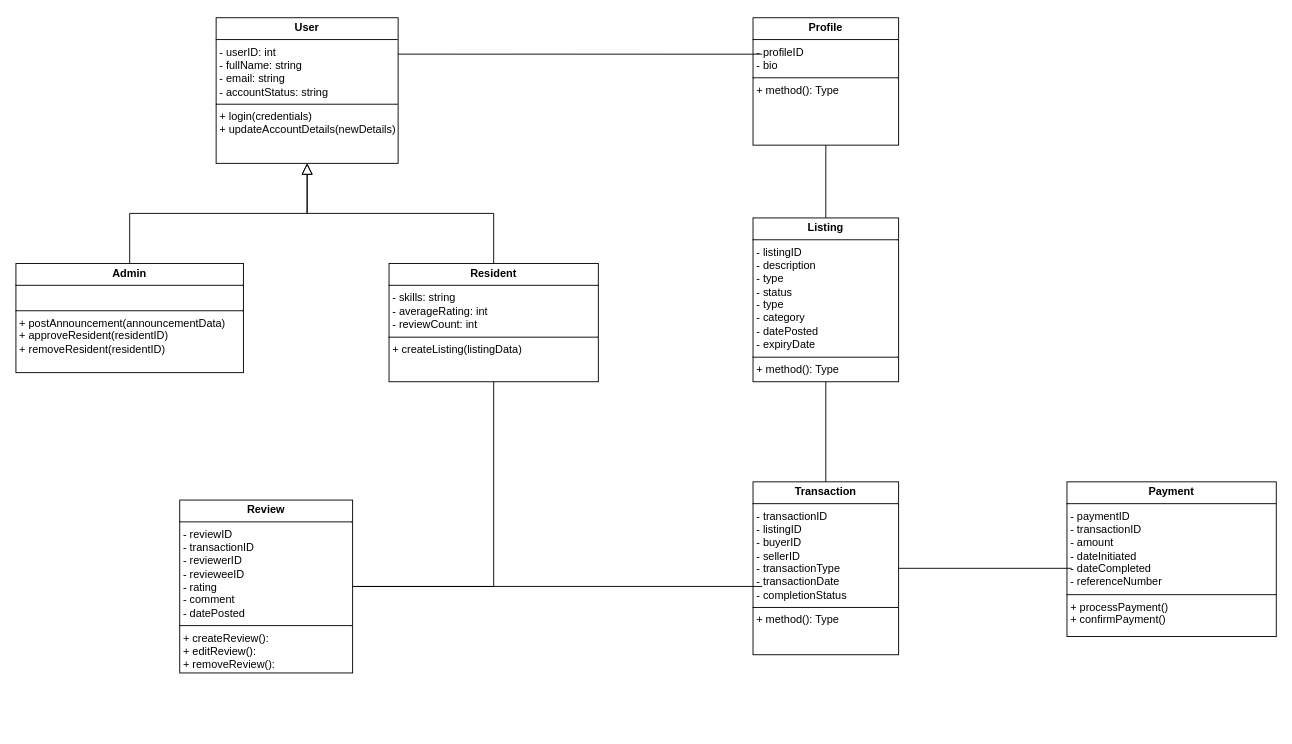
Above: Untitled Diagram.drawio in Simamkele-James/pygame-learning-hub (draw.io), before the change. Source tidied: cells renumbered, new cells numbered last; positions are measured from the earlier drawing's top-left corner, leaving out a move shared by most shapes. Both pictures are drawn from the tidied source at 91%, with x=0, y=0 at pixel (15, 17).
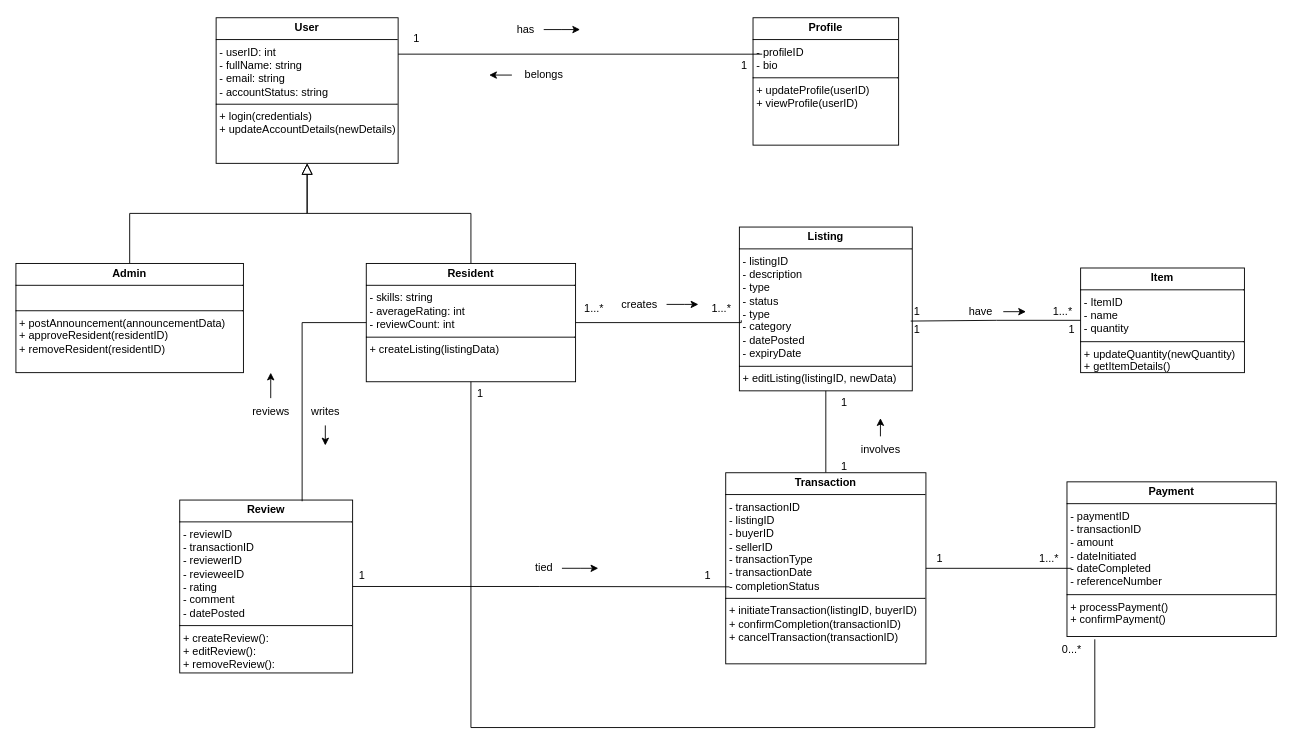
The same diagram, later.

The change refers to these unchanged cells:
```xml
<mxCell id="13" value="&lt;p style=&quot;margin:0px;margin-top:4px;text-align:center;&quot;&gt;&lt;b&gt;Review&lt;/b&gt;&lt;/p&gt;&lt;hr size=&quot;1&quot; style=&quot;border-style:solid;&quot;&gt;&lt;p style=&quot;margin:0px;margin-left:4px;&quot;&gt;- reviewID&lt;/p&gt;&lt;p style=&quot;margin:0px;margin-left:4px;&quot;&gt;- transactionID&lt;/p&gt;&lt;p style=&quot;margin:0px;margin-left:4px;&quot;&gt;- reviewerID&lt;/p&gt;&lt;p style=&quot;margin:0px;margin-left:4px;&quot;&gt;- revieweeID&lt;/p&gt;&lt;p style=&quot;margin:0px;margin-left:4px;&quot;&gt;- rating&lt;/p&gt;&lt;p style=&quot;margin:0px;margin-left:4px;&quot;&gt;- comment&lt;/p&gt;&lt;p style=&quot;margin:0px;margin-left:4px;&quot;&gt;- datePosted&lt;/p&gt;&lt;hr size=&quot;1&quot; style=&quot;border-style:solid;&quot;&gt;&lt;p style=&quot;margin:0px;margin-left:4px;&quot;&gt;+ createReview():&lt;/p&gt;&lt;p style=&quot;margin:0px;margin-left:4px;&quot;&gt;+ editReview():&lt;/p&gt;&lt;p style=&quot;margin:0px;margin-left:4px;&quot;&gt;+ removeReview():&lt;/p&gt;" style="verticalAlign=top;align=left;overflow=fill;html=1;whiteSpace=wrap;" parent="1" vertex="1">
  <mxGeometry x="180" y="530" width="190" height="190" as="geometry" />
</mxCell>
<mxCell id="14" value="&lt;p style=&quot;margin:0px;margin-top:4px;text-align:center;&quot;&gt;&lt;b&gt;Payment&lt;/b&gt;&lt;/p&gt;&lt;hr size=&quot;1&quot; style=&quot;border-style:solid;&quot;&gt;&lt;p style=&quot;margin:0px;margin-left:4px;&quot;&gt;- paymentID&lt;/p&gt;&lt;p style=&quot;margin:0px;margin-left:4px;&quot;&gt;- transactionID&lt;/p&gt;&lt;p style=&quot;margin:0px;margin-left:4px;&quot;&gt;- amount&lt;/p&gt;&lt;p style=&quot;margin:0px;margin-left:4px;&quot;&gt;- dateInitiated&lt;/p&gt;&lt;p style=&quot;margin:0px;margin-left:4px;&quot;&gt;- dateCompleted&lt;/p&gt;&lt;p style=&quot;margin:0px;margin-left:4px;&quot;&gt;- referenceNumber&lt;/p&gt;&lt;hr size=&quot;1&quot; style=&quot;border-style:solid;&quot;&gt;&lt;p style=&quot;margin:0px;margin-left:4px;&quot;&gt;+ processPayment()&lt;/p&gt;&lt;p style=&quot;margin:0px;margin-left:4px;&quot;&gt;+ confirmPayment()&lt;/p&gt;" style="verticalAlign=top;align=left;overflow=fill;html=1;whiteSpace=wrap;" parent="1" vertex="1">
  <mxGeometry x="1155" y="510" width="230" height="170" as="geometry" />
</mxCell>
```

Change to the diagram source:
```diff
@@
     <mxCell id="6" value="&lt;p style=&quot;margin:0px;margin-top:4px;text-align:center;&quot;&gt;&lt;b&gt;Resident&lt;/b&gt;&lt;/p&gt;&lt;hr size=&quot;1&quot; style=&quot;border-style:solid;&quot;&gt;&lt;p style=&quot;margin:0px;margin-left:4px;&quot;&gt;- skills: string&lt;/p&gt;&lt;p style=&quot;margin:0px;margin-left:4px;&quot;&gt;- averageRating: int&lt;/p&gt;&lt;p style=&quot;margin:0px;margin-left:4px;&quot;&gt;- reviewCount: int&lt;/p&gt;&lt;hr size=&quot;1&quot; style=&quot;border-style:solid;&quot;&gt;&lt;p style=&quot;margin:0px;margin-left:4px;&quot;&gt;+ createListing(listingData)&lt;/p&gt;&lt;p style=&quot;margin:0px;margin-left:4px;&quot;&gt;&lt;br&gt;&lt;/p&gt;" style="verticalAlign=top;align=left;overflow=fill;html=1;whiteSpace=wrap;" parent="1" vertex="1">
-      <mxGeometry x="410" y="270" width="230" height="130" as="geometry" />
+      <mxGeometry x="385" y="270" width="230" height="130" as="geometry" />
     </mxCell>
-    <mxCell id="7" value="&lt;p style=&quot;margin:0px;margin-top:4px;text-align:center;&quot;&gt;&lt;b&gt;Profile&lt;/b&gt;&lt;/p&gt;&lt;hr size=&quot;1&quot; style=&quot;border-style:solid;&quot;&gt;&lt;p style=&quot;margin:0px;margin-left:4px;&quot;&gt;- profileID&lt;/p&gt;&lt;p style=&quot;margin:0px;margin-left:4px;&quot;&gt;- bio&lt;/p&gt;&lt;hr size=&quot;1&quot; style=&quot;border-style:solid;&quot;&gt;&lt;p style=&quot;margin:0px;margin-left:4px;&quot;&gt;+ method(): Type&lt;/p&gt;" style="verticalAlign=top;align=left;overflow=fill;html=1;whiteSpace=wrap;" parent="1" vertex="1">
+    <mxCell id="7" value="&lt;p style=&quot;margin:0px;margin-top:4px;text-align:center;&quot;&gt;&lt;b&gt;Profile&lt;/b&gt;&lt;/p&gt;&lt;hr size=&quot;1&quot; style=&quot;border-style:solid;&quot;&gt;&lt;p style=&quot;margin:0px;margin-left:4px;&quot;&gt;- profileID&lt;/p&gt;&lt;p style=&quot;margin:0px;margin-left:4px;&quot;&gt;- bio&lt;/p&gt;&lt;hr size=&quot;1&quot; style=&quot;border-style:solid;&quot;&gt;&lt;p style=&quot;margin:0px;margin-left:4px;&quot;&gt;+ updateProfile(userID)&lt;/p&gt;&lt;p style=&quot;margin:0px;margin-left:4px;&quot;&gt;+ viewProfile(userID)&lt;/p&gt;" style="verticalAlign=top;align=left;overflow=fill;html=1;whiteSpace=wrap;" parent="1" vertex="1">
       <mxGeometry x="810" width="160" height="140" as="geometry" />
     </mxCell>
-    <mxCell id="8" style="edgeStyle=orthogonalEdgeStyle;rounded=0;jettySize=auto;html=1;entryX=0.5;entryY=1;entryDx=0;entryDy=0;endArrow=none;endFill=0;" parent="1" edge="1" source="9" target="7">
-      <mxGeometry relative="1" as="geometry" />
-    </mxCell>
-    <mxCell id="9" value="&lt;p style=&quot;margin:0px;margin-top:4px;text-align:center;&quot;&gt;&lt;b&gt;Listing&lt;/b&gt;&lt;/p&gt;&lt;hr size=&quot;1&quot; style=&quot;border-style:solid;&quot;&gt;&lt;p style=&quot;margin:0px;margin-left:4px;&quot;&gt;- listingID&lt;/p&gt;&lt;p style=&quot;margin:0px;margin-left:4px;&quot;&gt;- description&lt;/p&gt;&lt;p style=&quot;margin:0px;margin-left:4px;&quot;&gt;- type&lt;/p&gt;&lt;p style=&quot;margin:0px;margin-left:4px;&quot;&gt;- status&lt;/p&gt;&lt;p style=&quot;margin:0px;margin-left:4px;&quot;&gt;- type&lt;/p&gt;&lt;p style=&quot;margin:0px;margin-left:4px;&quot;&gt;- category&lt;/p&gt;&lt;p style=&quot;margin:0px;margin-left:4px;&quot;&gt;- datePosted&amp;nbsp;&lt;/p&gt;&lt;p style=&quot;margin:0px;margin-left:4px;&quot;&gt;- expiryDate&lt;/p&gt;&lt;hr size=&quot;1&quot; style=&quot;border-style:solid;&quot;&gt;&lt;p style=&quot;margin:0px;margin-left:4px;&quot;&gt;+ method(): Type&lt;/p&gt;" style="verticalAlign=top;align=left;overflow=fill;html=1;whiteSpace=wrap;" parent="1" vertex="1">
-      <mxGeometry x="810" y="220" width="160" height="180" as="geometry" />
+    <mxCell id="9" value="&lt;p style=&quot;margin:0px;margin-top:4px;text-align:center;&quot;&gt;&lt;b&gt;Listing&lt;/b&gt;&lt;/p&gt;&lt;hr size=&quot;1&quot; style=&quot;border-style:solid;&quot;&gt;&lt;p style=&quot;margin:0px;margin-left:4px;&quot;&gt;- listingID&lt;/p&gt;&lt;p style=&quot;margin:0px;margin-left:4px;&quot;&gt;- description&lt;/p&gt;&lt;p style=&quot;margin:0px;margin-left:4px;&quot;&gt;- type&lt;/p&gt;&lt;p style=&quot;margin:0px;margin-left:4px;&quot;&gt;- status&lt;/p&gt;&lt;p style=&quot;margin:0px;margin-left:4px;&quot;&gt;- type&lt;/p&gt;&lt;p style=&quot;margin:0px;margin-left:4px;&quot;&gt;- category&lt;/p&gt;&lt;p style=&quot;margin:0px;margin-left:4px;&quot;&gt;- datePosted&amp;nbsp;&lt;/p&gt;&lt;p style=&quot;margin:0px;margin-left:4px;&quot;&gt;- expiryDate&lt;/p&gt;&lt;hr size=&quot;1&quot; style=&quot;border-style:solid;&quot;&gt;&lt;p style=&quot;margin:0px;margin-left:4px;&quot;&gt;+ editListing(listingID, newData)&lt;/p&gt;" style="verticalAlign=top;align=left;overflow=fill;html=1;whiteSpace=wrap;" parent="1" vertex="1">
+      <mxGeometry x="795" y="230" width="190" height="180" as="geometry" />
     </mxCell>
@@
-    <mxCell id="11" value="&lt;p style=&quot;margin:0px;margin-top:4px;text-align:center;&quot;&gt;&lt;b&gt;Transaction&lt;/b&gt;&lt;/p&gt;&lt;hr size=&quot;1&quot; style=&quot;border-style:solid;&quot;&gt;&lt;p style=&quot;margin:0px;margin-left:4px;&quot;&gt;- transactionID&lt;/p&gt;&lt;p style=&quot;margin:0px;margin-left:4px;&quot;&gt;- listingID&lt;/p&gt;&lt;p style=&quot;margin:0px;margin-left:4px;&quot;&gt;- buyerID&lt;/p&gt;&lt;p style=&quot;margin:0px;margin-left:4px;&quot;&gt;- sellerID&lt;/p&gt;&lt;p style=&quot;margin:0px;margin-left:4px;&quot;&gt;- transactionType&lt;/p&gt;&lt;p style=&quot;margin:0px;margin-left:4px;&quot;&gt;- transactionDate&lt;/p&gt;&lt;p style=&quot;margin:0px;margin-left:4px;&quot;&gt;- completionStatus&lt;/p&gt;&lt;hr size=&quot;1&quot; style=&quot;border-style:solid;&quot;&gt;&lt;p style=&quot;margin:0px;margin-left:4px;&quot;&gt;+ method(): Type&lt;/p&gt;" style="verticalAlign=top;align=left;overflow=fill;html=1;whiteSpace=wrap;" parent="1" vertex="1">
-      <mxGeometry x="810" y="510" width="160" height="190" as="geometry" />
+    <mxCell id="11" value="&lt;p style=&quot;margin:0px;margin-top:4px;text-align:center;&quot;&gt;&lt;b&gt;Transaction&lt;/b&gt;&lt;/p&gt;&lt;hr size=&quot;1&quot; style=&quot;border-style:solid;&quot;&gt;&lt;p style=&quot;margin:0px;margin-left:4px;&quot;&gt;- transactionID&lt;/p&gt;&lt;p style=&quot;margin:0px;margin-left:4px;&quot;&gt;- listingID&lt;/p&gt;&lt;p style=&quot;margin:0px;margin-left:4px;&quot;&gt;- buyerID&lt;/p&gt;&lt;p style=&quot;margin:0px;margin-left:4px;&quot;&gt;- sellerID&lt;/p&gt;&lt;p style=&quot;margin:0px;margin-left:4px;&quot;&gt;- transactionType&lt;/p&gt;&lt;p style=&quot;margin:0px;margin-left:4px;&quot;&gt;- transactionDate&lt;/p&gt;&lt;p style=&quot;margin:0px;margin-left:4px;&quot;&gt;- completionStatus&lt;/p&gt;&lt;hr size=&quot;1&quot; style=&quot;border-style:solid;&quot;&gt;&lt;p style=&quot;margin:0px;margin-left:4px;&quot;&gt;+ initiateTransaction(listingID, buyerID)&lt;/p&gt;&lt;p style=&quot;margin:0px;margin-left:4px;&quot;&gt;+ confirmCompletion(transactionID)&lt;/p&gt;&lt;p style=&quot;margin:0px;margin-left:4px;&quot;&gt;+ cancelTransaction(transactionID)&lt;/p&gt;" style="verticalAlign=top;align=left;overflow=fill;html=1;whiteSpace=wrap;" parent="1" vertex="1">
+      <mxGeometry x="780" y="500" width="220" height="210" as="geometry" />
     </mxCell>
-    <mxCell id="12" style="edgeStyle=orthogonalEdgeStyle;rounded=0;jettySize=auto;html=1;entryX=0.5;entryY=1;entryDx=0;entryDy=0;endArrow=none;endFill=0;" parent="1" edge="1" source="13" target="6">
-      <mxGeometry relative="1" as="geometry" />
-    </mxCell>
@@
+    <mxCell id="18" value="1" style="text;html=1;align=center;verticalAlign=middle;strokeColor=none;fillColor=none;" parent="1" vertex="1">
+      <mxGeometry x="425" y="8" width="30" height="30" as="geometry" />
+    </mxCell>
+    <mxCell id="19" value="1" style="text;html=1;align=center;verticalAlign=middle;strokeColor=none;fillColor=none;" parent="1" vertex="1">
+      <mxGeometry x="785" y="38" width="30" height="30" as="geometry" />
+    </mxCell>
+    <mxCell id="20" style="edgeStyle=orthogonalEdgeStyle;rounded=0;jettySize=auto;html=1;" parent="1" edge="1" source="21">
+      <mxGeometry relative="1" as="geometry">
+        <mxPoint x="620" y="13" as="targetPoint" />
+      </mxGeometry>
+    </mxCell>
+    <mxCell id="21" value="has" style="text;html=1;align=center;verticalAlign=middle;points=[];strokeColor=none;fillColor=none;" parent="1" vertex="1">
+      <mxGeometry x="540" y="-2" width="40" height="30" as="geometry" />
+    </mxCell>
+    <mxCell id="22" style="edgeStyle=orthogonalEdgeStyle;rounded=0;jettySize=auto;html=1;" parent="1" edge="1" source="23">
+      <mxGeometry relative="1" as="geometry">
+        <mxPoint x="520" y="63" as="targetPoint" />
+      </mxGeometry>
+    </mxCell>
+    <mxCell id="23" value="belongs" style="text;html=1;align=center;verticalAlign=middle;points=[];strokeColor=none;fillColor=none;" parent="1" vertex="1">
+      <mxGeometry x="545" y="48" width="70" height="30" as="geometry" />
+    </mxCell>
+    <mxCell id="24" style="edgeStyle=orthogonalEdgeStyle;rounded=0;jettySize=auto;html=1;entryX=0.011;entryY=0.569;entryDx=0;entryDy=0;entryPerimeter=0;endArrow=none;endFill=0;" parent="1" edge="1" source="6" target="9">
+      <mxGeometry relative="1" as="geometry">
+        <Array as="points">
+          <mxPoint x="797" y="335" />
+        </Array>
+      </mxGeometry>
+    </mxCell>
+    <mxCell id="25" value="1...*" style="text;html=1;align=center;verticalAlign=middle;strokeColor=none;fillColor=none;" parent="1" vertex="1">
+      <mxGeometry x="615" y="305" width="40" height="30" as="geometry" />
+    </mxCell>
+    <mxCell id="26" value="1...*" style="text;html=1;align=center;verticalAlign=middle;strokeColor=none;fillColor=none;" parent="1" vertex="1">
+      <mxGeometry x="755" y="305" width="40" height="30" as="geometry" />
+    </mxCell>
+    <mxCell id="27" style="edgeStyle=orthogonalEdgeStyle;rounded=0;jettySize=auto;html=1;" parent="1" edge="1" source="28">
+      <mxGeometry relative="1" as="geometry">
+        <mxPoint x="750" y="315" as="targetPoint" />
+      </mxGeometry>
+    </mxCell>
+    <mxCell id="28" value="creates" style="text;html=1;align=center;verticalAlign=middle;points=[];strokeColor=none;fillColor=none;" parent="1" vertex="1">
+      <mxGeometry x="655" y="300" width="60" height="30" as="geometry" />
+    </mxCell>
+    <mxCell id="29" value="1" style="text;html=1;align=center;verticalAlign=middle;strokeColor=none;fillColor=none;" parent="1" vertex="1">
+      <mxGeometry x="895" y="408" width="30" height="30" as="geometry" />
+    </mxCell>
+    <mxCell id="30" value="1" style="text;html=1;align=center;verticalAlign=middle;strokeColor=none;fillColor=none;" parent="1" vertex="1">
+      <mxGeometry x="895" y="478" width="30" height="30" as="geometry" />
+    </mxCell>
+    <mxCell id="31" style="edgeStyle=orthogonalEdgeStyle;rounded=0;jettySize=auto;html=1;" parent="1" edge="1" source="32">
+      <mxGeometry relative="1" as="geometry">
+        <mxPoint x="950" y="440" as="targetPoint" />
+      </mxGeometry>
+    </mxCell>
+    <mxCell id="32" value="involves" style="text;html=1;align=center;verticalAlign=middle;points=[];strokeColor=none;fillColor=none;" parent="1" vertex="1">
+      <mxGeometry x="915" y="460" width="70" height="30" as="geometry" />
+    </mxCell>
+    <mxCell id="33" value="1" style="text;html=1;align=center;verticalAlign=middle;strokeColor=none;fillColor=none;" parent="1" vertex="1">
+      <mxGeometry x="1000" y="580" width="30" height="30" as="geometry" />
+    </mxCell>
+    <mxCell id="34" value="1...*" style="text;html=1;align=center;verticalAlign=middle;strokeColor=none;fillColor=none;" parent="1" vertex="1">
+      <mxGeometry x="1115" y="580" width="40" height="30" as="geometry" />
+    </mxCell>
-    <mxCell id="17" style="edgeStyle=orthogonalEdgeStyle;rounded=0;jettySize=auto;html=1;entryX=0.063;entryY=0.605;entryDx=0;entryDy=0;entryPerimeter=0;endArrow=none;endFill=0;" parent="1" edge="1" source="13" target="11">
+    <mxCell id="17" style="edgeStyle=orthogonalEdgeStyle;rounded=0;jettySize=auto;html=1;entryX=0.019;entryY=0.597;entryDx=0;entryDy=0;entryPerimeter=0;endArrow=none;endFill=0;" parent="1" edge="1" source="13" target="11">
       <mxGeometry relative="1" as="geometry" />
     </mxCell>
+    <mxCell id="35" value="1" style="text;html=1;align=center;verticalAlign=middle;strokeColor=none;fillColor=none;" parent="1" vertex="1">
+      <mxGeometry x="365" y="598" width="30" height="30" as="geometry" />
+    </mxCell>
+    <mxCell id="36" value="1" style="text;html=1;align=center;verticalAlign=middle;strokeColor=none;fillColor=none;" parent="1" vertex="1">
+      <mxGeometry x="745" y="598" width="30" height="30" as="geometry" />
+    </mxCell>
+    <mxCell id="37" style="edgeStyle=orthogonalEdgeStyle;rounded=0;jettySize=auto;html=1;entryX=0.133;entryY=1.018;entryDx=0;entryDy=0;entryPerimeter=0;exitX=0.5;exitY=1;exitDx=0;exitDy=0;endArrow=none;endFill=0;" parent="1" edge="1" source="6" target="14">
+      <mxGeometry relative="1" as="geometry">
+        <Array as="points">
+          <mxPoint x="500" y="780" />
+          <mxPoint x="1186" y="780" />
+        </Array>
+      </mxGeometry>
+    </mxCell>
+    <mxCell id="38" value="1" style="text;html=1;align=center;verticalAlign=middle;strokeColor=none;fillColor=none;" parent="1" vertex="1">
+      <mxGeometry x="495" y="398" width="30" height="30" as="geometry" />
+    </mxCell>
+    <mxCell id="39" style="edgeStyle=orthogonalEdgeStyle;rounded=0;jettySize=auto;html=1;" parent="1" edge="1" source="40">
+      <mxGeometry relative="1" as="geometry">
+        <mxPoint x="640" y="605" as="targetPoint" />
+      </mxGeometry>
+    </mxCell>
+    <mxCell id="40" value="tied" style="text;html=1;align=center;verticalAlign=middle;points=[];strokeColor=none;fillColor=none;" parent="1" vertex="1">
+      <mxGeometry x="560" y="590" width="40" height="30" as="geometry" />
+    </mxCell>
+    <mxCell id="41" value="0...*" style="text;html=1;align=center;verticalAlign=middle;strokeColor=none;fillColor=none;" parent="1" vertex="1">
+      <mxGeometry x="1140" y="680" width="40" height="30" as="geometry" />
+    </mxCell>
+    <mxCell id="42" style="edgeStyle=orthogonalEdgeStyle;rounded=0;jettySize=auto;html=1;entryX=0.708;entryY=0.007;entryDx=0;entryDy=0;entryPerimeter=0;endArrow=none;endFill=0;" parent="1" edge="1" source="6" target="13">
+      <mxGeometry relative="1" as="geometry" />
+    </mxCell>
+    <mxCell id="43" style="edgeStyle=orthogonalEdgeStyle;rounded=0;jettySize=auto;html=1;" parent="1" edge="1" source="44">
+      <mxGeometry relative="1" as="geometry">
+        <mxPoint x="340" y="470" as="targetPoint" />
+      </mxGeometry>
+    </mxCell>
+    <mxCell id="44" value="writes" style="text;html=1;align=center;verticalAlign=middle;points=[];strokeColor=none;fillColor=none;" parent="1" vertex="1">
+      <mxGeometry x="315" y="418" width="50" height="30" as="geometry" />
+    </mxCell>
+    <mxCell id="45" style="edgeStyle=orthogonalEdgeStyle;rounded=0;jettySize=auto;html=1;" parent="1" edge="1" source="46">
+      <mxGeometry relative="1" as="geometry">
+        <mxPoint x="280" y="390" as="targetPoint" />
+      </mxGeometry>
+    </mxCell>
+    <mxCell id="46" value="reviews" style="text;html=1;align=center;verticalAlign=middle;points=[];strokeColor=none;fillColor=none;" parent="1" vertex="1">
+      <mxGeometry x="250" y="418" width="60" height="30" as="geometry" />
+    </mxCell>
+    <mxCell id="47" value="&lt;p style=&quot;margin:0px;margin-top:4px;text-align:center;&quot;&gt;&lt;b&gt;Item&lt;/b&gt;&lt;/p&gt;&lt;hr size=&quot;1&quot; style=&quot;border-style:solid;&quot;&gt;&lt;p style=&quot;margin:0px;margin-left:4px;&quot;&gt;- ItemID&lt;/p&gt;&lt;p style=&quot;margin:0px;margin-left:4px;&quot;&gt;- name&lt;/p&gt;&lt;p style=&quot;margin:0px;margin-left:4px;&quot;&gt;- quantity&lt;/p&gt;&lt;hr size=&quot;1&quot; style=&quot;border-style:solid;&quot;&gt;&lt;p style=&quot;margin:0px;margin-left:4px;&quot;&gt;+ updateQuantity(newQuantity)&lt;/p&gt;&lt;p style=&quot;margin:0px;margin-left:4px;&quot;&gt;+ getItemDetails()&lt;/p&gt;" style="verticalAlign=top;align=left;overflow=fill;html=1;whiteSpace=wrap;" parent="1" vertex="1">
+      <mxGeometry x="1170" y="275" width="180" height="115" as="geometry" />
+    </mxCell>
+    <mxCell id="48" style="edgeStyle=orthogonalEdgeStyle;rounded=0;jettySize=auto;html=1;entryX=0.991;entryY=0.574;entryDx=0;entryDy=0;entryPerimeter=0;endArrow=none;endFill=0;" parent="1" edge="1" source="47" target="9">
+      <mxGeometry relative="1" as="geometry" />
+    </mxCell>
+    <mxCell id="49" value="1" style="text;html=1;align=center;verticalAlign=middle;strokeColor=none;fillColor=none;" parent="1" vertex="1">
+      <mxGeometry x="975" y="308" width="30" height="30" as="geometry" />
+    </mxCell>
+    <mxCell id="50" value="1...*" style="text;html=1;align=center;verticalAlign=middle;strokeColor=none;fillColor=none;" parent="1" vertex="1">
+      <mxGeometry x="1130" y="308" width="40" height="30" as="geometry" />
+    </mxCell>
+    <mxCell id="51" value="1" style="text;html=1;align=center;verticalAlign=middle;strokeColor=none;fillColor=none;" parent="1" vertex="1">
+      <mxGeometry x="1145" y="328" width="30" height="30" as="geometry" />
+    </mxCell>
+    <mxCell id="52" value="1" style="text;html=1;align=center;verticalAlign=middle;strokeColor=none;fillColor=none;" parent="1" vertex="1">
+      <mxGeometry x="975" y="328" width="30" height="30" as="geometry" />
+    </mxCell>
+    <mxCell id="53" style="edgeStyle=orthogonalEdgeStyle;rounded=0;jettySize=auto;html=1;" parent="1" edge="1" source="54">
+      <mxGeometry relative="1" as="geometry">
+        <mxPoint x="1110" y="323" as="targetPoint" />
+      </mxGeometry>
+    </mxCell>
+    <mxCell id="54" value="have" style="text;html=1;align=center;verticalAlign=middle;points=[];strokeColor=none;fillColor=none;" parent="1" vertex="1">
+      <mxGeometry x="1035" y="308" width="50" height="30" as="geometry" />
+    </mxCell>
```
